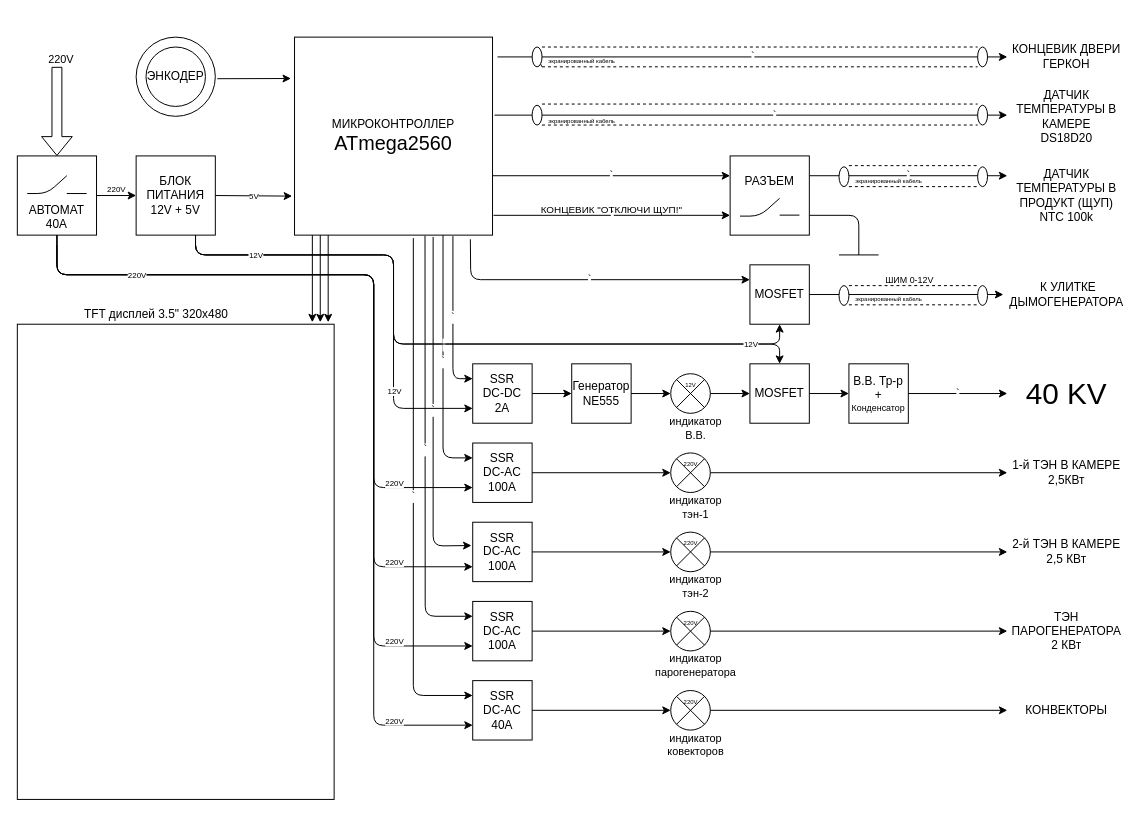
Earlier version of the draw.io diagram kopv5mk.drawio (jekavovikovich/jekavovikovich). Source tidied: cells renumbered, new cells numbered last; positions are measured from the earlier drawing's top-left corner, leaving out a move shared by most shapes. Both pictures are drawn from the tidied source at 99%, with x=0, y=0 at pixel (17, 17).
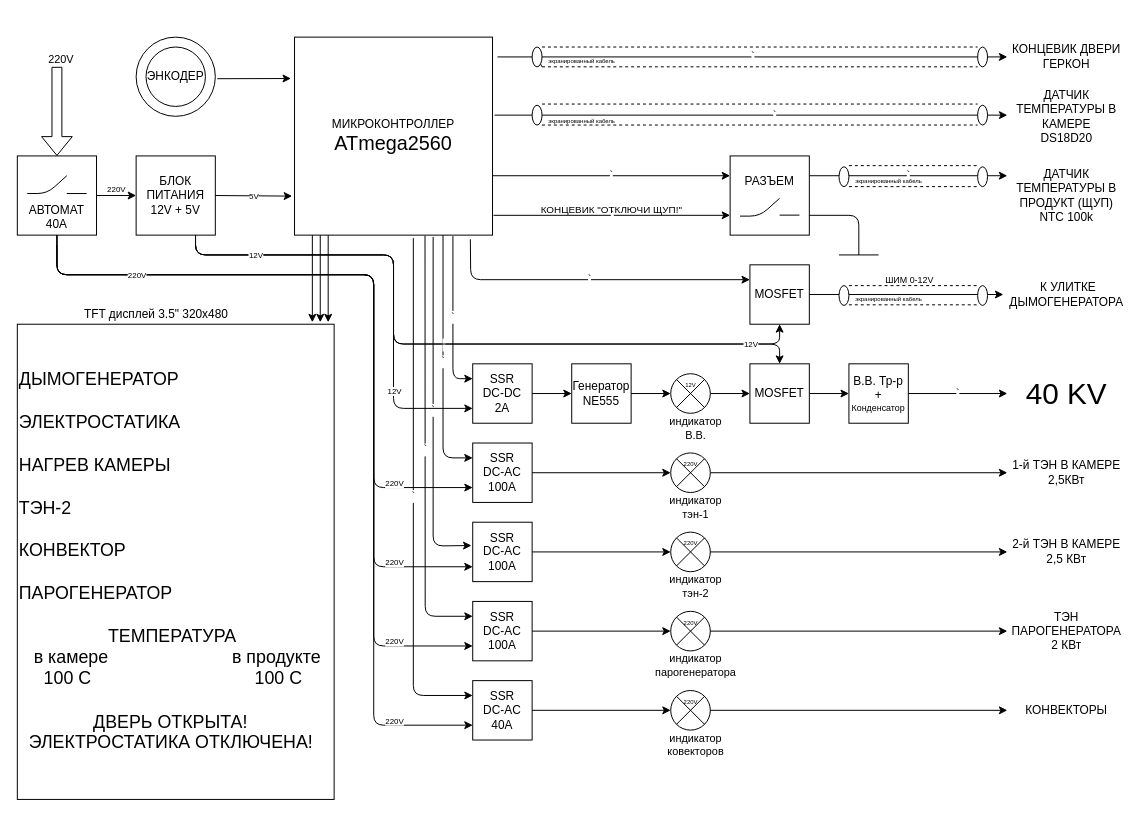
The same diagram, later.

Change to the diagram source:
```diff
@@
-    <mxCell id="102" style="rounded=0;whiteSpace=wrap;html=1;" parent="1" vertex="1">
+    <mxCell id="102" value="&lt;div style=&quot;font-size: 18px&quot; align=&quot;left&quot;&gt;&lt;font style=&quot;font-size: 18px&quot;&gt;ДЫМОГЕНЕРАТОР&lt;/font&gt;&lt;/div&gt;&lt;div style=&quot;font-size: 18px&quot; align=&quot;left&quot;&gt;&lt;font style=&quot;font-size: 18px&quot;&gt;&lt;br&gt;&lt;/font&gt;&lt;/div&gt;&lt;div style=&quot;font-size: 18px&quot; align=&quot;left&quot;&gt;&lt;font style=&quot;font-size: 18px&quot;&gt;ЭЛЕКТРОСТАТИКА&lt;/font&gt;&lt;/div&gt;&lt;div style=&quot;font-size: 18px&quot; align=&quot;left&quot;&gt;&lt;font style=&quot;font-size: 18px&quot;&gt;&lt;br&gt;&lt;/font&gt;&lt;/div&gt;&lt;div style=&quot;font-size: 18px&quot; align=&quot;left&quot;&gt;&lt;font style=&quot;font-size: 18px&quot;&gt;НАГРЕВ КАМЕРЫ&lt;/font&gt;&lt;/div&gt;&lt;div style=&quot;font-size: 18px&quot; align=&quot;left&quot;&gt;&lt;font style=&quot;font-size: 18px&quot;&gt;&lt;br&gt;&lt;/font&gt;&lt;/div&gt;&lt;div style=&quot;font-size: 18px&quot; align=&quot;left&quot;&gt;&lt;font style=&quot;font-size: 18px&quot;&gt;ТЭН-2&lt;/font&gt;&lt;/div&gt;&lt;div style=&quot;font-size: 18px&quot; align=&quot;left&quot;&gt;&lt;font style=&quot;font-size: 18px&quot;&gt;&lt;br&gt;&lt;/font&gt;&lt;/div&gt;&lt;div style=&quot;font-size: 18px&quot; align=&quot;left&quot;&gt;&lt;font style=&quot;font-size: 18px&quot;&gt;КОНВЕКТОР&lt;/font&gt;&lt;/div&gt;&lt;div style=&quot;font-size: 18px&quot; align=&quot;left&quot;&gt;&lt;font style=&quot;font-size: 18px&quot;&gt;&lt;br&gt;&lt;/font&gt;&lt;/div&gt;&lt;div style=&quot;font-size: 18px&quot; align=&quot;left&quot;&gt;&lt;font style=&quot;font-size: 18px&quot;&gt;ПАРОГЕНЕРАТОР&lt;br&gt;&lt;/font&gt;&lt;/div&gt;&lt;div style=&quot;font-size: 18px&quot; align=&quot;left&quot;&gt;&lt;font style=&quot;font-size: 18px&quot;&gt;&lt;br&gt;&lt;/font&gt;&lt;/div&gt;&lt;div style=&quot;font-size: 18px&quot; align=&quot;left&quot;&gt;&lt;font style=&quot;font-size: 18px&quot;&gt;&amp;nbsp;&amp;nbsp;&amp;nbsp;&amp;nbsp;&amp;nbsp;&amp;nbsp;&amp;nbsp;&amp;nbsp;&amp;nbsp;&amp;nbsp;&amp;nbsp;&amp;nbsp;&amp;nbsp;&amp;nbsp;&amp;nbsp;&amp;nbsp;&amp;nbsp; ТЕМПЕРАТУРА&lt;/font&gt;&lt;/div&gt;&lt;div style=&quot;font-size: 18px&quot; align=&quot;left&quot;&gt;&lt;font style=&quot;font-size: 18px&quot;&gt;&amp;nbsp;&amp;nbsp; в камере&amp;nbsp;&amp;nbsp;&amp;nbsp;&amp;nbsp;&amp;nbsp;&amp;nbsp;&amp;nbsp;&amp;nbsp;&amp;nbsp;&amp;nbsp;&amp;nbsp;&amp;nbsp;&amp;nbsp;&amp;nbsp;&amp;nbsp;&amp;nbsp;&amp;nbsp;&amp;nbsp;&amp;nbsp;&amp;nbsp;&amp;nbsp;&amp;nbsp;&amp;nbsp;&amp;nbsp; в продукте&amp;nbsp;&amp;nbsp; &lt;br&gt;&lt;/font&gt;&lt;/div&gt;&lt;div style=&quot;font-size: 18px&quot; align=&quot;left&quot;&gt;&lt;font style=&quot;font-size: 18px&quot;&gt;&amp;nbsp; &amp;nbsp;&amp;nbsp; 100 С&amp;nbsp;&amp;nbsp;&amp;nbsp;&amp;nbsp;&amp;nbsp;&amp;nbsp;&amp;nbsp;&amp;nbsp;&amp;nbsp;&amp;nbsp;&amp;nbsp;&amp;nbsp;&amp;nbsp;&amp;nbsp;&amp;nbsp;&amp;nbsp;&amp;nbsp;&amp;nbsp;&amp;nbsp;&amp;nbsp;&amp;nbsp;&amp;nbsp;&amp;nbsp;&amp;nbsp;&amp;nbsp;&amp;nbsp;&amp;nbsp;&amp;nbsp;&amp;nbsp;&amp;nbsp;&amp;nbsp;&amp;nbsp; 100 С&lt;br&gt;&lt;/font&gt;&lt;/div&gt;&lt;div style=&quot;font-size: 18px&quot; align=&quot;left&quot;&gt;&lt;font style=&quot;font-size: 18px&quot;&gt;&lt;br&gt;&lt;/font&gt;&lt;/div&gt;&lt;div style=&quot;font-size: 18px&quot; align=&quot;left&quot;&gt;&lt;font style=&quot;font-size: 18px&quot;&gt;&amp;nbsp;&amp;nbsp;&amp;nbsp;&amp;nbsp;&amp;nbsp;&amp;nbsp;&amp;nbsp;&amp;nbsp;&amp;nbsp;&amp;nbsp;&amp;nbsp;&amp;nbsp;&amp;nbsp;&amp;nbsp; ДВЕРЬ ОТКРЫТА!&lt;br&gt;&lt;/font&gt;&lt;/div&gt;&lt;div style=&quot;font-size: 18px&quot; align=&quot;left&quot;&gt;&lt;font style=&quot;font-size: 18px&quot;&gt;&amp;nbsp; ЭЛЕКТРОСТАТИКА ОТКЛЮЧЕНА!&lt;br&gt;&lt;/font&gt;&lt;/div&gt;" style="rounded=0;whiteSpace=wrap;html=1;align=left;" parent="1" vertex="1">
       <mxGeometry y="310" width="320" height="480" as="geometry" />
     </mxCell>
```
